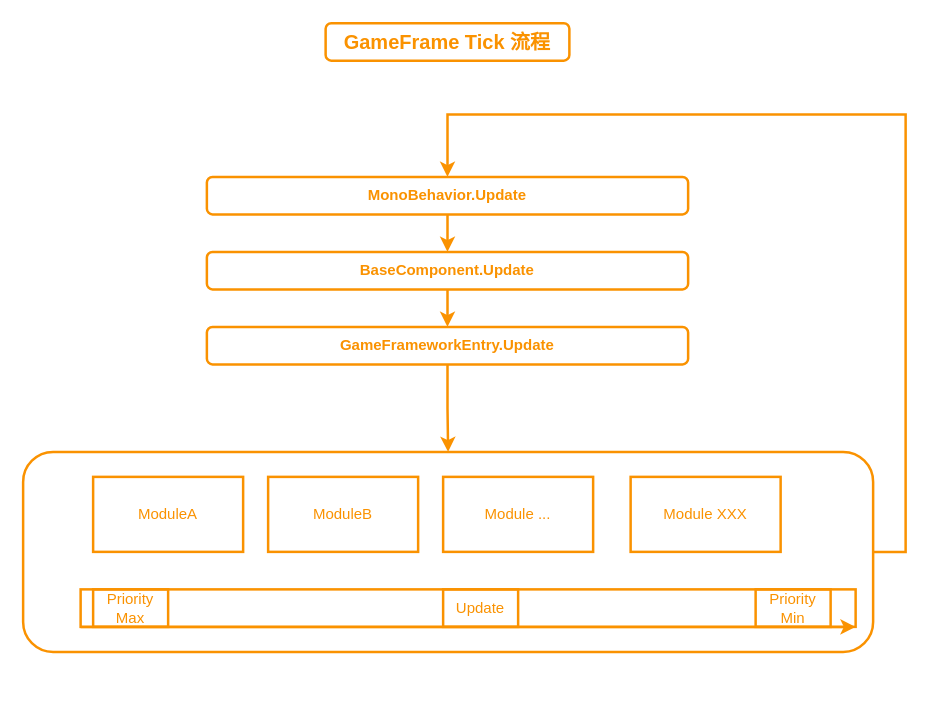
Earlier version of the draw.io diagram 未命名绘图.drawio (alex520lq/LearnDoc). Source tidied: cells renumbered, new cells numbered last; positions are measured from the earlier drawing's top-left corner, leaving out a move shared by most shapes. Both pictures are drawn from the tidied source at 125%, with x=0, y=0 at pixel (22, 22).
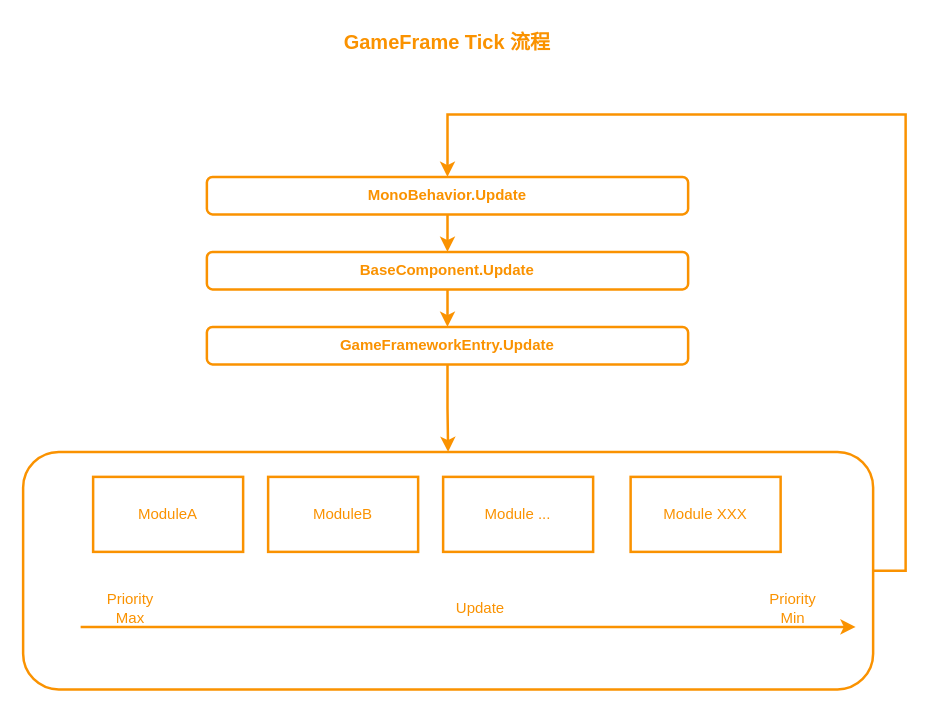
After the change.

Diff of the diagram source:
```diff
@@
-    <mxCell id="2" value="GameFrame Tick 流程" style="text;html=1;align=center;verticalAlign=middle;whiteSpace=wrap;rounded=1;labelBackgroundColor=none;fontStyle=1;fontSize=16;strokeWidth=2;fontColor=#FA9200;strokeColor=#FA9200;" parent="1" vertex="1">
+    <mxCell id="2" value="GameFrame Tick 流程" style="text;html=1;align=center;verticalAlign=middle;whiteSpace=wrap;rounded=1;labelBackgroundColor=none;fontStyle=1;fontSize=16;strokeWidth=2;fontColor=#FA9200;strokeColor=none;" parent="1" vertex="1">
       <mxGeometry x="242" width="195" height="30" as="geometry" />
     </mxCell>
@@
     <mxCell id="9" style="rounded=1;whiteSpace=wrap;html=1;labelBackgroundColor=none;fontStyle=1;strokeWidth=2;fontColor=#FA9200;strokeColor=#FA9200;" parent="1" vertex="1">
-      <mxGeometry y="343" width="680" height="160" as="geometry" />
+      <mxGeometry y="343" width="680" height="190" as="geometry" />
     </mxCell>
@@
-    <mxCell id="14" style="group;labelBackgroundColor=none;strokeWidth=2;fontColor=#FA9200;strokeColor=#FA9200;" parent="1" vertex="1">
+    <mxCell id="14" style="group;labelBackgroundColor=none;strokeWidth=2;fontColor=#FA9200;strokeColor=none;" parent="1" vertex="1">
       <mxGeometry x="46" y="453" width="620" height="30" as="geometry" />
     </mxCell>
@@
-    <mxCell id="16" value="Update" style="text;html=1;align=center;verticalAlign=middle;whiteSpace=wrap;rounded=0;labelBackgroundColor=none;strokeWidth=2;fontColor=#FA9200;strokeColor=#FA9200;" parent="14" vertex="1">
+    <mxCell id="16" value="Update" style="text;html=1;align=center;verticalAlign=middle;whiteSpace=wrap;rounded=0;labelBackgroundColor=none;strokeWidth=2;fontColor=#FA9200;strokeColor=none;" parent="14" vertex="1">
       <mxGeometry x="290" width="60" height="30" as="geometry" />
     </mxCell>
-    <mxCell id="17" value="Priority Max" style="text;html=1;align=center;verticalAlign=middle;whiteSpace=wrap;rounded=0;labelBackgroundColor=none;strokeWidth=2;fontColor=#FA9200;strokeColor=#FA9200;" parent="14" vertex="1">
+    <mxCell id="17" value="Priority Max" style="text;html=1;align=center;verticalAlign=middle;whiteSpace=wrap;rounded=0;labelBackgroundColor=none;strokeWidth=2;fontColor=#FA9200;strokeColor=none;" parent="14" vertex="1">
       <mxGeometry x="10" width="60" height="30" as="geometry" />
     </mxCell>
-    <mxCell id="18" value="Priority Min" style="text;html=1;align=center;verticalAlign=middle;whiteSpace=wrap;rounded=0;labelBackgroundColor=none;strokeWidth=2;fontColor=#FA9200;strokeColor=#FA9200;" parent="14" vertex="1">
+    <mxCell id="18" value="Priority Min" style="text;html=1;align=center;verticalAlign=middle;whiteSpace=wrap;rounded=0;labelBackgroundColor=none;strokeWidth=2;fontColor=#FA9200;strokeColor=none;" parent="14" vertex="1">
       <mxGeometry x="540" width="60" height="30" as="geometry" />
     </mxCell>
```
